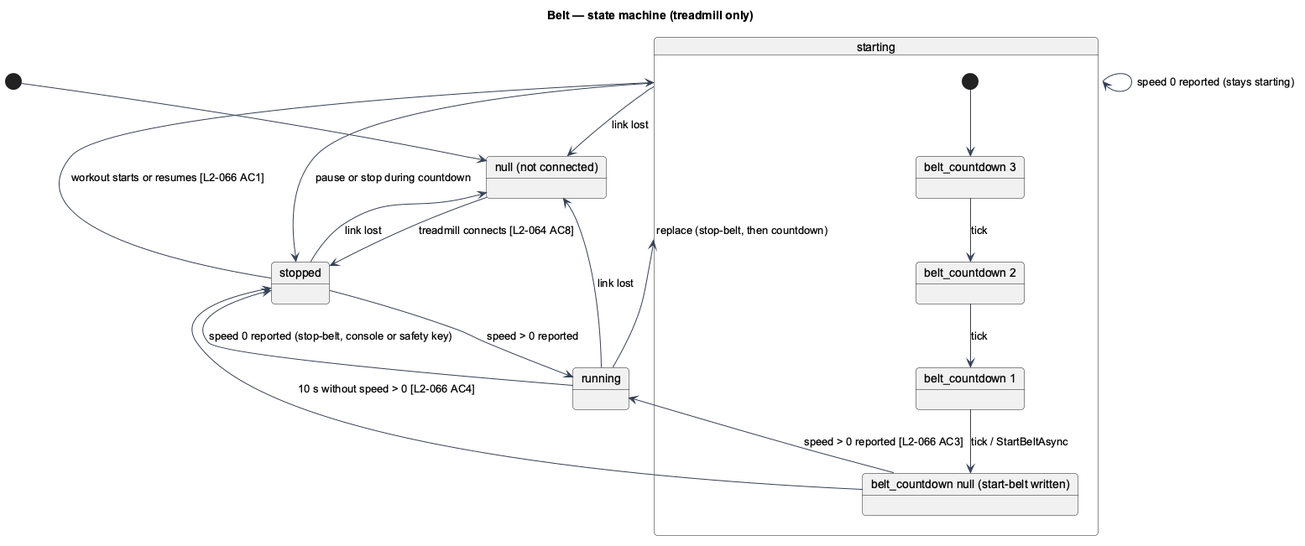
This is docs/detailed-designs/treadmill/control-the-belt/diagrams/state-belt.png from QuinntyneBrown/ride-one, a PlantUML export, as it was before one commit.
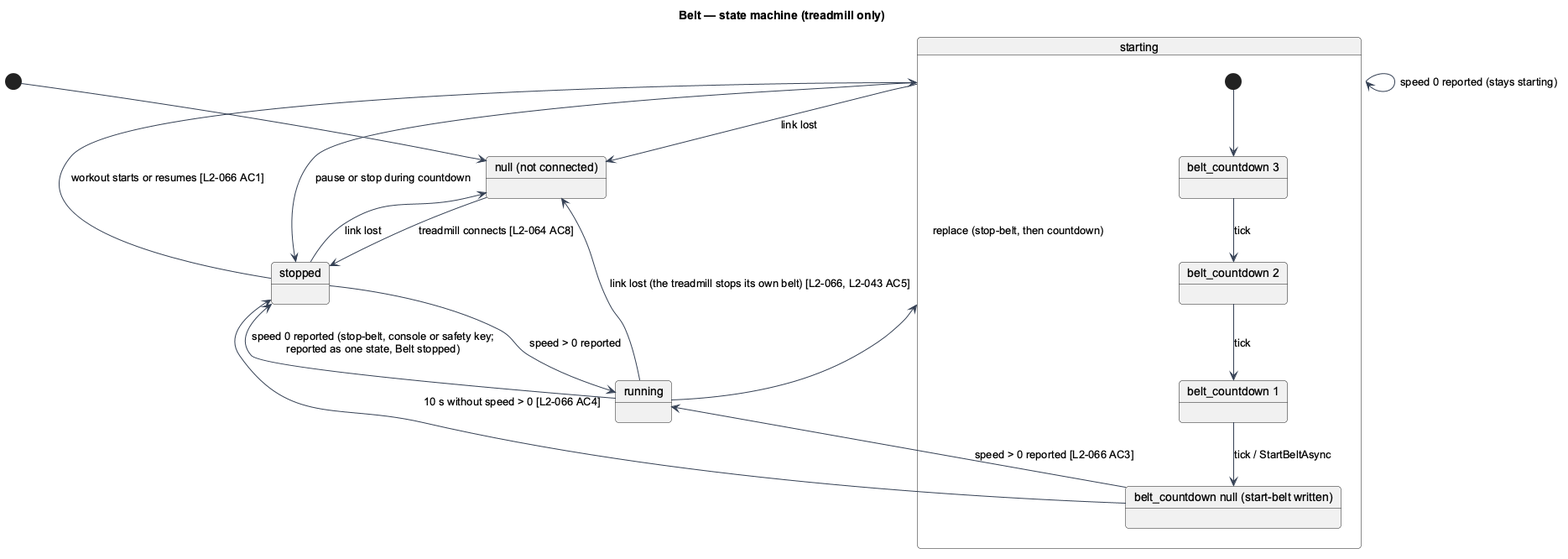
After the commit.

What changed in the source:
```diff
@@ -27,9 +27,9 @@
 Written --> Stopped : 10 s without speed > 0 [L2-066 AC4]
 Starting --> Starting : speed 0 reported (stays starting)
 Starting --> Stopped : pause or stop during countdown
-Running --> Stopped : speed 0 reported (stop-belt, console or safety key)
+Running --> Stopped : speed 0 reported (stop-belt, console or safety key;\nreported as one state, Belt stopped)
 Stopped --> Running : speed > 0 reported
 Stopped --> None : link lost
 Starting --> None : link lost
-Running --> None : link lost
+Running --> None : link lost (the treadmill stops its own belt) [L2-066, L2-043 AC5]
 @enduml
```
